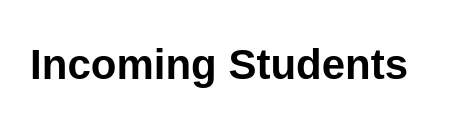
Riverdancer2569/vetsintech keeps this draw.io diagram as page "Incoming" (3 of 6) of Final_Project-VetsInTech.drawio. Above is the earlier version. Source tidied: cells renumbered, new cells numbered last; positions are measured from the earlier drawing's top-left corner, leaving out a move shared by most shapes. Both pictures are drawn from the tidied source at 175%, with x=0, y=0 at pixel (136, 30).
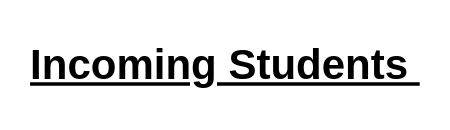
After the change.

Change to the diagram source:
```diff
@@
 <mxGraphModel>
   <root>
     <mxCell id="0" />
     <mxCell id="1" parent="0" />
-    <mxCell id="2" value="Incoming Students&amp;nbsp;" style="text;strokeColor=none;fillColor=none;html=1;fontSize=24;fontStyle=1;verticalAlign=middle;align=center;labelBackgroundColor=#FFFFFF;opacity=50;" parent="1" vertex="1">
+    <mxCell id="2" value="Incoming Students&amp;nbsp;" style="text;strokeColor=none;fillColor=none;html=1;fontSize=24;fontStyle=5;verticalAlign=middle;align=center;labelBackgroundColor=none;opacity=50;" parent="1" vertex="1">
       <mxGeometry width="100" height="40" as="geometry" />
     </mxCell>
   </root>
 </mxGraphModel>
```
